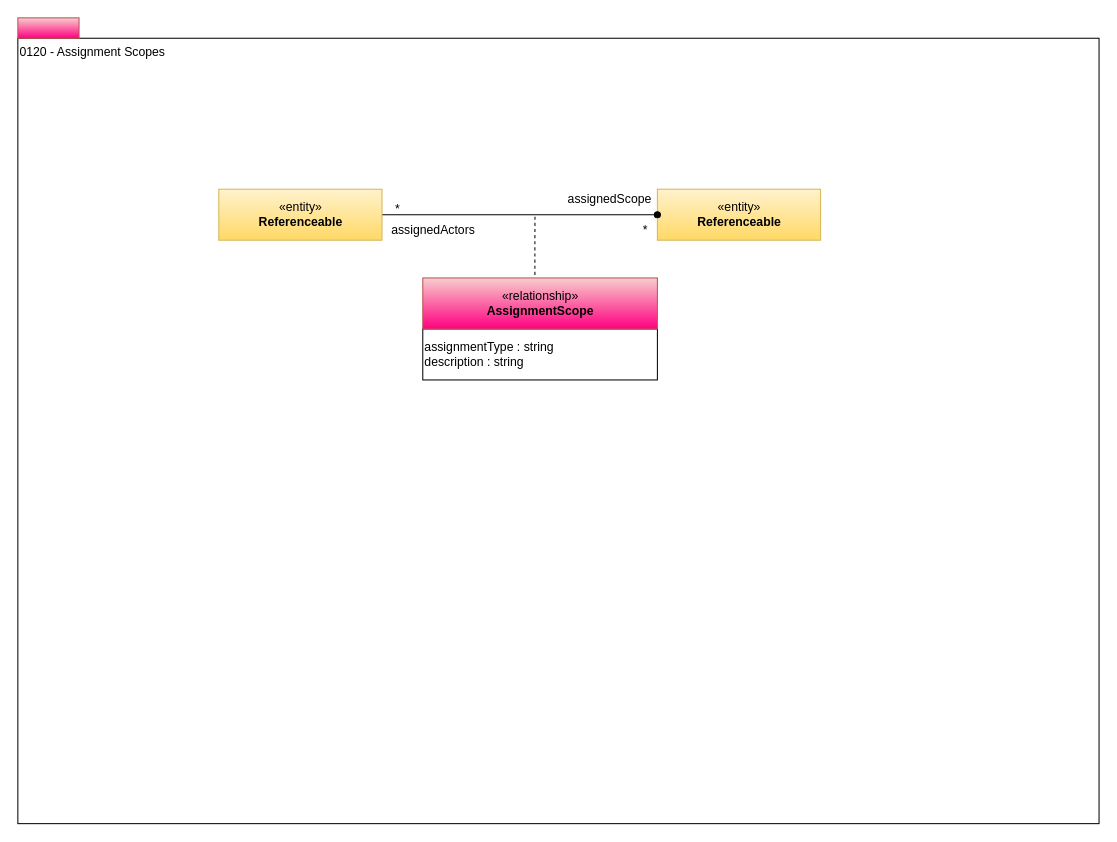
This is page "0120-Assignment-Scopes" (6 of 13) of site/docs/types/1/area-1-collaboration.drawio from odpi/egeria-docs, a draw.io file, before an edit. Source tidied: cells renumbered, new cells numbered last; positions are measured from the earlier drawing's top-left corner, leaving out a move shared by most shapes. Both pictures are drawn from the tidied source at 102%, with x=0, y=0 at pixel (17, 17).
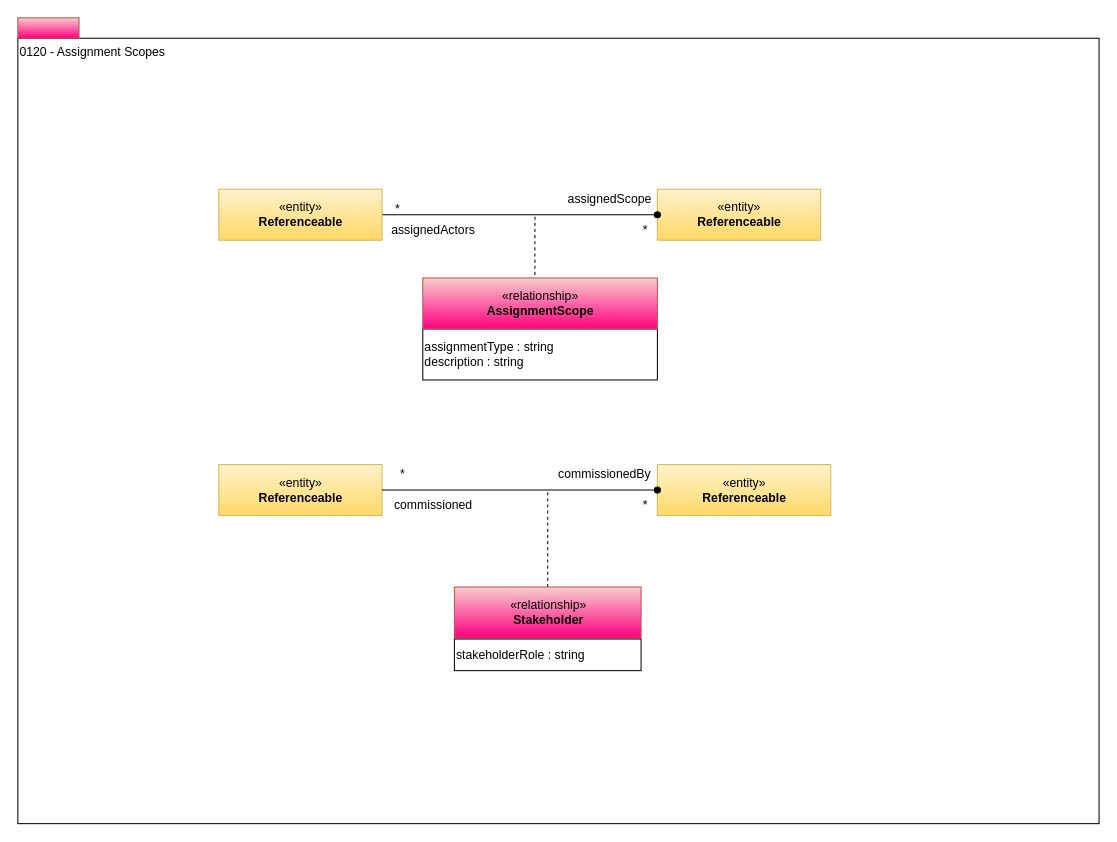
Above is the later version.

The edit, as a diff of the source:
```diff
@@
+    <mxCell id="14" value="«entity»&lt;br&gt;&lt;b&gt;Referenceable&lt;/b&gt;" style="html=1;strokeColor=#d6b656;align=center;fillColor=#fff2cc;gradientColor=#ffd966;" parent="1" vertex="1">
+      <mxGeometry x="197" y="438" width="160" height="50" as="geometry" />
+    </mxCell>
+    <mxCell id="15" value="«entity»&lt;br&gt;&lt;b&gt;Referenceable&lt;/b&gt;" style="html=1;strokeColor=#d6b656;align=center;fillColor=#fff2cc;gradientColor=#ffd966;" parent="1" vertex="1">
+      <mxGeometry x="627" y="438" width="170" height="50" as="geometry" />
+    </mxCell>
+    <mxCell id="16" style="edgeStyle=orthogonalEdgeStyle;rounded=0;jettySize=auto;html=1;exitX=1;exitY=0.5;exitDx=0;exitDy=0;entryX=0;entryY=0.5;entryDx=0;entryDy=0;startArrow=none;startFill=0;endArrow=oval;endFill=1;" parent="1" edge="1" source="14" target="15">
+      <mxGeometry relative="1" as="geometry" />
+    </mxCell>
+    <mxCell id="17" style="edgeStyle=orthogonalEdgeStyle;rounded=0;html=1;exitX=0.5;exitY=0;endArrow=none;endFill=0;jettySize=auto;dashed=1;exitDx=0;exitDy=0;" parent="1" edge="1" source="18">
+      <mxGeometry relative="1" as="geometry">
+        <mxPoint x="519.5" y="463.5" as="targetPoint" />
+      </mxGeometry>
+    </mxCell>
+    <mxCell id="18" value="«relationship»&lt;br&gt;&lt;b&gt;Stakeholder&lt;/b&gt;" style="html=1;strokeColor=#b85450;align=center;fillColor=#f8cecc;gradientColor=#FF0080;" parent="1" vertex="1">
+      <mxGeometry x="428" y="558" width="183" height="50" as="geometry" />
+    </mxCell>
+    <mxCell id="19" value="stakeholderRole : string" style="rounded=0;whiteSpace=wrap;html=1;strokeColor=#000000;gradientColor=#ffffff;align=left;" parent="1" vertex="1">
+      <mxGeometry x="428" y="609" width="183" height="31" as="geometry" />
+    </mxCell>
+    <mxCell id="20" value="commissioned" style="text;html=1;align=center;verticalAlign=middle;strokeColor=none;fillColor=none;" parent="1" vertex="1">
+      <mxGeometry x="362" y="468" width="90" height="20" as="geometry" />
+    </mxCell>
+    <mxCell id="21" value="commissionedBy" style="text;html=1;align=center;verticalAlign=middle;strokeColor=none;fillColor=none;" parent="1" vertex="1">
+      <mxGeometry x="520" y="438" width="110" height="20" as="geometry" />
+    </mxCell>
+    <mxCell id="22" value="*" style="text;html=1;align=center;verticalAlign=middle;strokeColor=none;fillColor=none;" parent="1" vertex="1">
+      <mxGeometry x="367" y="438" width="20" height="20" as="geometry" />
+    </mxCell>
+    <mxCell id="23" value="*" style="text;html=1;align=center;verticalAlign=middle;strokeColor=none;fillColor=none;" parent="1" vertex="1">
+      <mxGeometry x="605" y="468" width="20" height="20" as="geometry" />
+    </mxCell>
```
